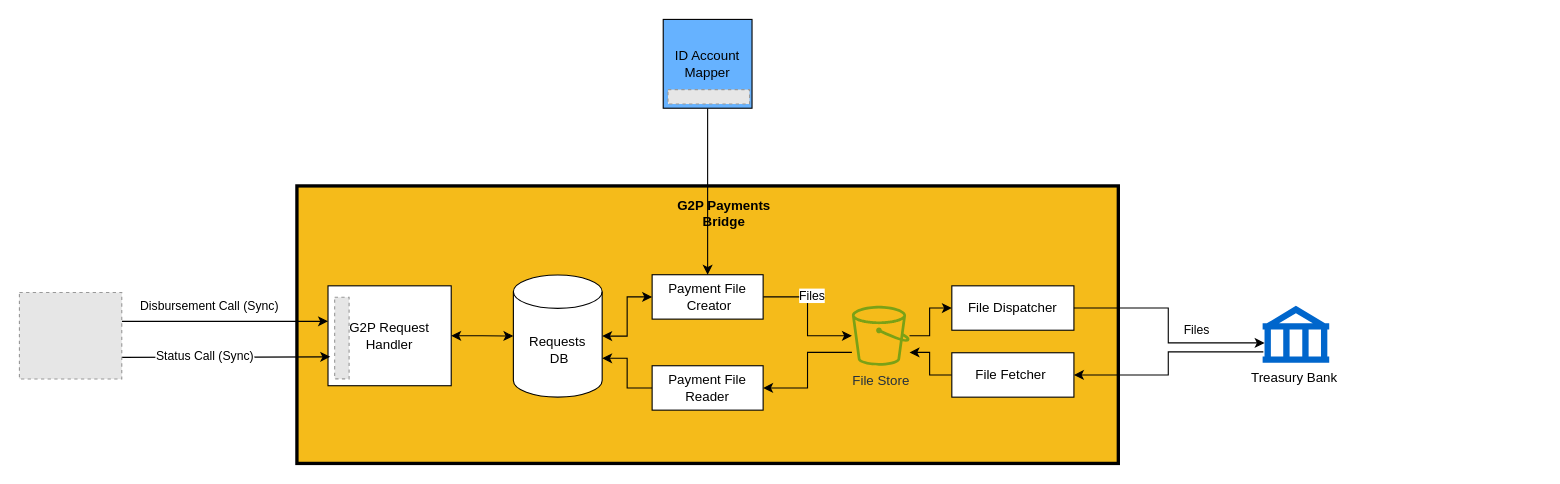
Before: .gitbook/assets/gpb-file-backend-architecture.drawio in OpenG2P/openg2p-documentation, a draw.io diagram. Source tidied: cells renumbered, new cells numbered last; positions are measured from the earlier drawing's top-left corner, leaving out a move shared by most shapes. Both pictures are drawn from the tidied source at 111%, with x=0, y=0 at pixel (19, 19). Pictures stored in the file or linked from it are replaced by grey dashed boxes.
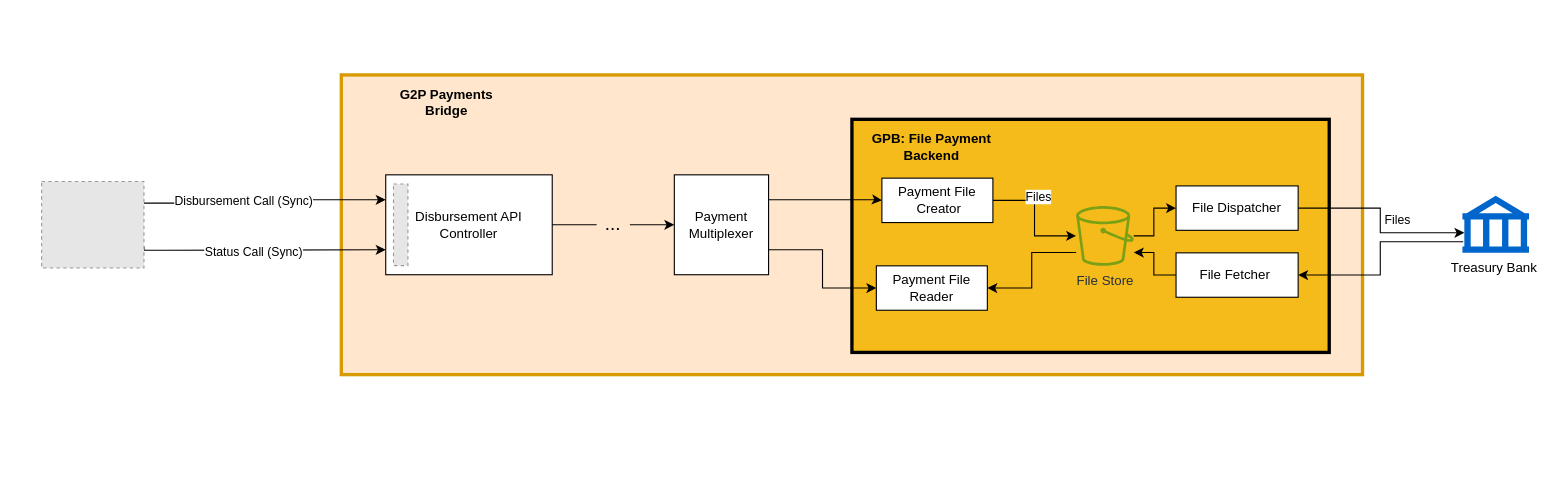
The same page after the edit.

Commit message (it also covers changes not shown here):
Modified architecture for GPB

The edit, as a diff of the source:
```diff
@@
-    <mxCell id="2" style="rounded=0;whiteSpace=wrap;html=1;fillColor=#F5BB1A;strokeColor=#000000;align=left;strokeWidth=3;" parent="1" vertex="1">
-      <mxGeometry x="250" y="150" width="740" height="250" as="geometry" />
+    <mxCell id="2" style="rounded=0;whiteSpace=wrap;html=1;fillColor=#ffe6cc;strokeColor=#d79b00;align=left;strokeWidth=3;" parent="1" vertex="1">
+      <mxGeometry x="290" y="50" width="920" height="270" as="geometry" />
     </mxCell>
-    <mxCell id="3" style="edgeStyle=orthogonalEdgeStyle;rounded=0;jettySize=auto;html=1;exitX=1;exitY=0.5;exitDx=0;exitDy=0;exitPerimeter=0;entryX=0;entryY=0.5;entryDx=0;entryDy=0;startArrow=classic;startFill=1;" parent="1" edge="1" source="5" target="19">
-      <mxGeometry relative="1" as="geometry" />
-    </mxCell>
-    <mxCell id="4" style="edgeStyle=orthogonalEdgeStyle;rounded=0;jettySize=auto;html=1;exitX=1;exitY=0;exitDx=0;exitDy=75;exitPerimeter=0;entryX=0;entryY=0.5;entryDx=0;entryDy=0;startArrow=classic;startFill=1;endArrow=none;endFill=0;" parent="1" edge="1" source="5" target="24">
-      <mxGeometry relative="1" as="geometry" />
-    </mxCell>
-    <mxCell id="5" value="Requests&lt;br&gt;&amp;nbsp;DB" style="shape=cylinder3;whiteSpace=wrap;html=1;boundedLbl=1;backgroundOutline=1;size=15;" parent="1" vertex="1">
-      <mxGeometry x="445" y="230.3" width="80" height="110" as="geometry" />
-    </mxCell>
-    <mxCell id="6" style="group;" parent="1" vertex="1">
-      <mxGeometry x="298" y="240" width="111" height="90" as="geometry" />
-    </mxCell>
-    <mxCell id="7" style="group;" parent="6" vertex="1">
-      <mxGeometry x="-20" width="111" height="90" as="geometry" />
-    </mxCell>
-    <mxCell id="8" value="G2P Request Handler" style="rounded=0;whiteSpace=wrap;html=1;" parent="7" vertex="1">
-      <mxGeometry width="111" height="90" as="geometry" />
-    </mxCell>
-    <mxCell id="9" style="fillColor=#E6E6E6;strokeColor=#999999;dashed=1;verticalLabelPosition=bottom;verticalAlign=top;" parent="7" vertex="1">
-      <mxGeometry x="6" y="10.3" width="13" height="73.5" as="geometry" />
-    </mxCell>
-    <mxCell id="10" style="edgeStyle=orthogonalEdgeStyle;rounded=0;orthogonalLoop=1;jettySize=auto;html=1;entryX=0;entryY=0.5;entryDx=0;entryDy=0;" parent="1" edge="1">
-      <mxGeometry relative="1" as="geometry">
-        <mxPoint x="92.2" y="272" as="sourcePoint" />
-        <mxPoint x="278" y="272" as="targetPoint" />
-      </mxGeometry>
-    </mxCell>
+    <mxCell id="34" style="edgeStyle=orthogonalEdgeStyle;rounded=0;jettySize=auto;html=1;exitX=1;exitY=0.75;exitDx=0;exitDy=0;entryX=0;entryY=0.75;entryDx=0;entryDy=0;labelPosition=center;verticalLabelPosition=bottom;align=center;verticalAlign=top;" parent="1" edge="1" source="14" target="42">
+      <mxGeometry relative="1" as="geometry">
+        <Array as="points">
+          <mxPoint x="112" y="208" />
+          <mxPoint x="130" y="208" />
+        </Array>
+      </mxGeometry>
+    </mxCell>
+    <mxCell id="13" value="Status Call (Sync)" style="edgeLabel;html=1;align=center;verticalAlign=middle;" parent="34" vertex="1">
+      <mxGeometry x="-0.18" y="-1" relative="1" as="geometry">
+        <mxPoint x="11" y="1" as="offset" />
+      </mxGeometry>
+    </mxCell>
+    <mxCell id="35" style="edgeStyle=orthogonalEdgeStyle;rounded=0;jettySize=auto;html=1;exitX=1;exitY=0.25;exitDx=0;exitDy=0;entryX=0;entryY=0.25;entryDx=0;entryDy=0;labelPosition=center;verticalLabelPosition=top;align=center;verticalAlign=bottom;" parent="1" edge="1" source="14" target="42">
+      <mxGeometry relative="1" as="geometry" />
+    </mxCell>
-    <mxCell id="11" value="Disbursement Call (Sync)" style="edgeLabel;html=1;align=center;verticalAlign=middle;" parent="10" vertex="1">
-      <mxGeometry x="-0.45" y="2" relative="1" as="geometry">
-        <mxPoint x="27" y="-13" as="offset" />
+    <mxCell id="11" value="Disbursement Call (Sync)" style="edgeLabel;html=1;align=center;verticalAlign=middle;" parent="35" vertex="1">
+      <mxGeometry x="0.12" relative="1" as="geometry">
+        <mxPoint x="-32" y="1" as="offset" />
       </mxGeometry>
     </mxCell>
-    <mxCell id="12" style="edgeStyle=orthogonalEdgeStyle;rounded=0;jettySize=auto;html=1;exitX=1;exitY=0.75;exitDx=0;exitDy=0;" parent="1" edge="1" source="14">
-      <mxGeometry relative="1" as="geometry">
-        <mxPoint x="280" y="304" as="targetPoint" />
-      </mxGeometry>
-    </mxCell>
-    <mxCell id="13" value="Status Call (Sync)" style="edgeLabel;html=1;align=center;verticalAlign=middle;" parent="12" vertex="1">
-      <mxGeometry x="-0.21" y="2" relative="1" as="geometry" />
-    </mxCell>
     <mxCell id="14" style="fillColor=#E6E6E6;strokeColor=#999999;dashed=1;verticalLabelPosition=bottom;verticalAlign=top;" parent="1" vertex="1">
-      <mxGeometry y="246" width="92.2" height="78" as="geometry" />
+      <mxGeometry x="20" y="146" width="92.2" height="78" as="geometry" />
     </mxCell>
-    <mxCell id="15" style="edgeStyle=orthogonalEdgeStyle;rounded=0;jettySize=auto;html=1;exitX=1;exitY=0.5;exitDx=0;exitDy=0;entryX=0;entryY=0.5;entryDx=0;entryDy=0;entryPerimeter=0;startArrow=classic;startFill=1;" parent="1" edge="1" source="8" target="5">
-      <mxGeometry relative="1" as="geometry" />
-    </mxCell>
+    <mxCell id="31" value="&lt;b&gt;G2P Payments Bridge&lt;/b&gt;" style="text;html=1;strokeColor=none;fillColor=none;align=center;verticalAlign=middle;whiteSpace=wrap;rounded=0;" parent="1" vertex="1">
+      <mxGeometry x="330" y="60" width="110" height="30" as="geometry" />
+    </mxCell>
+    <mxCell id="36" style="rounded=0;whiteSpace=wrap;html=1;fillColor=#F5BB1A;strokeColor=#000000;align=left;strokeWidth=3;" parent="1" vertex="1">
+      <mxGeometry x="750" y="90" width="430" height="210" as="geometry" />
+    </mxCell>
+    <mxCell id="37" style="edgeStyle=orthogonalEdgeStyle;rounded=0;jettySize=auto;html=1;exitX=1;exitY=0.25;exitDx=0;exitDy=0;entryX=0;entryY=0.5;entryDx=0;entryDy=0;" parent="1" edge="1" source="39" target="19">
+      <mxGeometry relative="1" as="geometry">
+        <Array as="points">
+          <mxPoint x="772" y="163" />
+        </Array>
+      </mxGeometry>
+    </mxCell>
+    <mxCell id="38" style="edgeStyle=orthogonalEdgeStyle;rounded=0;jettySize=auto;html=1;exitX=1;exitY=0.75;exitDx=0;exitDy=0;entryX=0;entryY=0.5;entryDx=0;entryDy=0;" parent="1" edge="1" source="39" target="24">
+      <mxGeometry relative="1" as="geometry" />
+    </mxCell>
+    <mxCell id="39" value="Payment Multiplexer" style="rounded=0;whiteSpace=wrap;html=1;" parent="1" vertex="1">
+      <mxGeometry x="590" y="140" width="84.9" height="90" as="geometry" />
+    </mxCell>
+    <mxCell id="40" value="&lt;b&gt;GPB: File Payment Backend&lt;/b&gt;" style="text;html=1;strokeColor=none;fillColor=none;align=center;verticalAlign=middle;whiteSpace=wrap;rounded=0;" parent="1" vertex="1">
+      <mxGeometry x="767" y="100" width="110" height="30" as="geometry" />
+    </mxCell>
@@
-    <mxCell id="18" style="edgeStyle=orthogonalEdgeStyle;rounded=0;jettySize=auto;html=1;exitX=0.5;exitY=0;exitDx=0;exitDy=0;entryX=0.5;entryY=1;entryDx=0;entryDy=0;startArrow=classic;startFill=1;endArrow=none;endFill=0;" parent="1" edge="1" source="19" target="32">
-      <mxGeometry relative="1" as="geometry" />
-    </mxCell>
     <mxCell id="19" value="Payment File&lt;br&gt;&amp;nbsp;Creator" style="rounded=0;whiteSpace=wrap;html=1;" parent="1" vertex="1">
-      <mxGeometry x="570" y="230" width="100" height="40" as="geometry" />
+      <mxGeometry x="777" y="143" width="100" height="40" as="geometry" />
     </mxCell>
     <mxCell id="20" value="File Store" style="sketch=0;outlineConnect=0;fontColor=#232F3E;gradientColor=none;fillColor=#7AA116;strokeColor=none;dashed=0;verticalLabelPosition=bottom;verticalAlign=top;align=center;html=1;fontSize=12;fontStyle=0;shape=mxgraph.aws4.bucket;" parent="1" vertex="1">
-      <mxGeometry x="750" y="258" width="51.9" height="54" as="geometry" />
+      <mxGeometry x="952" y="168" width="51.9" height="54" as="geometry" />
     </mxCell>
@@
     <mxCell id="22" value="File Dispatcher" style="rounded=0;whiteSpace=wrap;html=1;" parent="1" vertex="1">
-      <mxGeometry x="840" y="240" width="110" height="40" as="geometry" />
+      <mxGeometry x="1042" y="150" width="110" height="40" as="geometry" />
     </mxCell>
     <mxCell id="23" style="edgeStyle=orthogonalEdgeStyle;rounded=0;jettySize=auto;html=1;exitX=1;exitY=0.5;exitDx=0;exitDy=0;startArrow=classic;startFill=1;endArrow=none;endFill=0;" parent="1" edge="1" source="24" target="20">
       <mxGeometry relative="1" as="geometry">
         <Array as="points">
-          <mxPoint x="710" y="332" />
-          <mxPoint x="710" y="300" />
+          <mxPoint x="912" y="242" />
+          <mxPoint x="912" y="210" />
         </Array>
       </mxGeometry>
     </mxCell>
     <mxCell id="24" value="Payment File Reader" style="rounded=0;whiteSpace=wrap;html=1;" parent="1" vertex="1">
-      <mxGeometry x="570" y="312" width="100" height="40" as="geometry" />
+      <mxGeometry x="772" y="222" width="100" height="40" as="geometry" />
     </mxCell>
     <mxCell id="25" style="edgeStyle=orthogonalEdgeStyle;rounded=0;jettySize=auto;html=1;exitX=0;exitY=0.5;exitDx=0;exitDy=0;" parent="1" edge="1" source="26" target="20">
       <mxGeometry relative="1" as="geometry">
         <Array as="points">
-          <mxPoint x="820" y="320" />
-          <mxPoint x="820" y="300" />
+          <mxPoint x="1022" y="230" />
+          <mxPoint x="1022" y="210" />
         </Array>
       </mxGeometry>
     </mxCell>
     <mxCell id="26" value="File Fetcher&amp;nbsp;" style="rounded=0;whiteSpace=wrap;html=1;" parent="1" vertex="1">
-      <mxGeometry x="840" y="300.3" width="110" height="40" as="geometry" />
+      <mxGeometry x="1042" y="210.3" width="110" height="40" as="geometry" />
     </mxCell>
     <mxCell id="27" value="Treasury Bank&amp;nbsp;" style="shape=mxgraph.signs.travel.bank;html=1;fillColor=#0066CC;strokeColor=none;verticalLabelPosition=bottom;verticalAlign=top;align=center;" parent="1" vertex="1">
-      <mxGeometry x="1120" y="258" width="60" height="51.4" as="geometry" />
+      <mxGeometry x="1300" y="158.8" width="60" height="51.4" as="geometry" />
     </mxCell>
@@
-    <mxCell id="31" value="&lt;b&gt;G2P Payments Bridge&lt;/b&gt;" style="text;html=1;strokeColor=none;fillColor=none;align=center;verticalAlign=middle;whiteSpace=wrap;rounded=0;" parent="1" vertex="1">
-      <mxGeometry x="580" y="160" width="110" height="30" as="geometry" />
-    </mxCell>
-    <mxCell id="32" value="ID Account Mapper" style="whiteSpace=wrap;html=1;fillColor=#66B2FF;" parent="1" vertex="1">
-      <mxGeometry x="580" width="80" height="80" as="geometry" />
-    </mxCell>
-    <mxCell id="33" style="fillColor=#E6E6E6;strokeColor=#999999;dashed=1;verticalLabelPosition=bottom;verticalAlign=top;" parent="1" vertex="1">
-      <mxGeometry x="584.3" y="63.2" width="73.5" height="13" as="geometry" />
-    </mxCell>
+    <mxCell id="41" style="group;" parent="1" vertex="1">
+      <mxGeometry x="330" y="140" width="150" height="90" as="geometry" />
+    </mxCell>
+    <mxCell id="42" value="Disbursement API Controller" style="rounded=0;whiteSpace=wrap;html=1;" parent="41" vertex="1">
+      <mxGeometry width="150" height="90" as="geometry" />
+    </mxCell>
+    <mxCell id="43" style="fillColor=#E6E6E6;strokeColor=#999999;dashed=1;verticalLabelPosition=bottom;verticalAlign=top;" parent="41" vertex="1">
+      <mxGeometry x="7" y="8.3" width="13" height="73.5" as="geometry" />
+    </mxCell>
+    <mxCell id="44" style="edgeStyle=orthogonalEdgeStyle;rounded=0;jettySize=auto;html=1;exitX=1;exitY=0.5;exitDx=0;exitDy=0;entryX=0;entryY=0.5;entryDx=0;entryDy=0;" parent="1" edge="1" source="45" target="39">
+      <mxGeometry relative="1" as="geometry" />
+    </mxCell>
+    <mxCell id="45" value="&lt;font style=&quot;font-size: 17px;&quot;&gt;...&lt;/font&gt;" style="text;html=1;strokeColor=none;fillColor=none;align=center;verticalAlign=middle;whiteSpace=wrap;rounded=0;" parent="1" vertex="1">
+      <mxGeometry x="520" y="170" width="30" height="30" as="geometry" />
+    </mxCell>
+    <mxCell id="46" style="edgeStyle=orthogonalEdgeStyle;rounded=0;jettySize=auto;html=1;exitX=1;exitY=0.5;exitDx=0;exitDy=0;entryX=0;entryY=0.5;entryDx=0;entryDy=0;endArrow=none;endFill=0;" parent="1" edge="1" source="42" target="45">
+      <mxGeometry relative="1" as="geometry" />
+    </mxCell>
```
